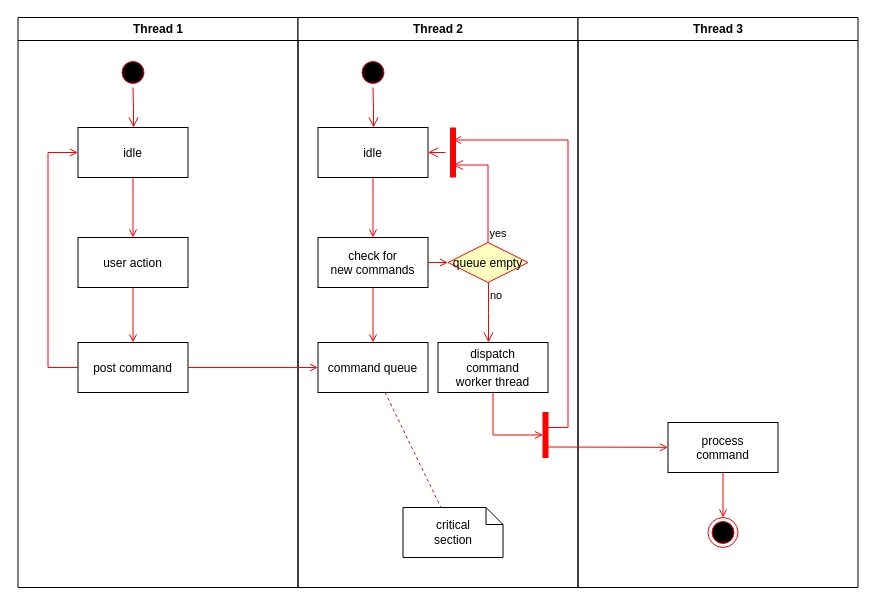
Before: diagramFolder/friendRequest.drawio in omilhano/SocialHire, a draw.io diagram. Source tidied: cells renumbered, new cells numbered last; positions are measured from the earlier drawing's top-left corner, leaving out a move shared by most shapes. Both pictures are drawn from the tidied source at 100%, with x=0, y=0 at pixel (17, 17).
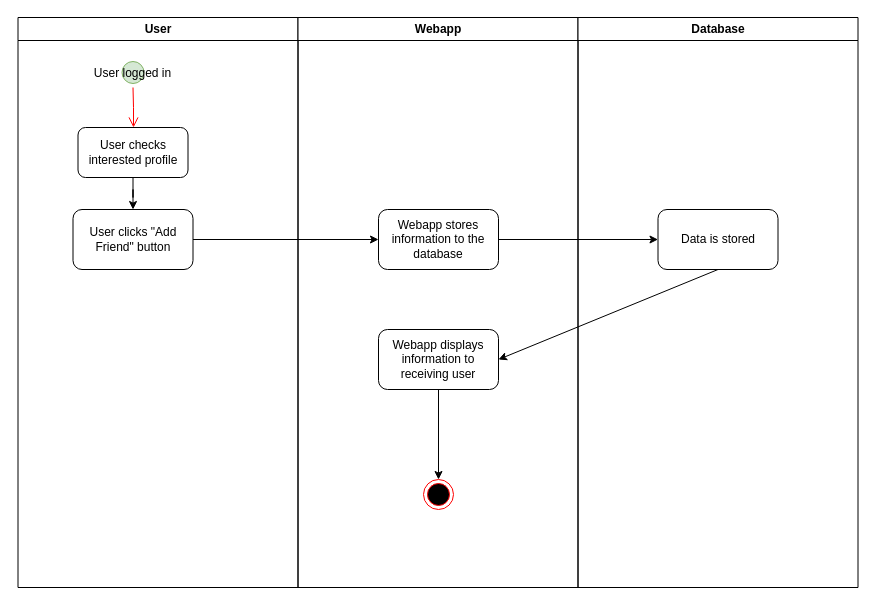
The same page after the edit.

What changed in the source:
```diff
@@
-    <mxCell id="2" value="Thread 1" style="swimlane;whiteSpace=wrap;" parent="1" vertex="1">
+    <mxCell id="2" value="User" style="swimlane;whiteSpace=wrap;" parent="1" vertex="1">
       <mxGeometry x="0.5" width="280" height="570" as="geometry" />
     </mxCell>
-    <mxCell id="3" style="ellipse;shape=startState;fillColor=#000000;strokeColor=#ff0000;" parent="2" vertex="1">
+    <mxCell id="3" value="User logged in" style="ellipse;shape=startState;fillColor=#d5e8d4;strokeColor=#82b366;" parent="2" vertex="1">
       <mxGeometry x="100" y="40" width="30" height="30" as="geometry" />
     </mxCell>
@@
+    <mxCell id="37" style="edgeStyle=orthogonalEdgeStyle;rounded=0;jettySize=auto;html=1;" parent="2" edge="1" source="5" target="38">
+      <mxGeometry relative="1" as="geometry" />
+    </mxCell>
-    <mxCell id="5" value="idle" parent="2" vertex="1">
+    <mxCell id="5" value="User checks interested profile" style="whiteSpace=wrap;rounded=1;" parent="2" vertex="1">
       <mxGeometry x="60" y="110" width="110" height="50" as="geometry" />
     </mxCell>
-    <mxCell id="6" value="user action" parent="2" vertex="1">
-      <mxGeometry x="60" y="220" width="110" height="50" as="geometry" />
-    </mxCell>
-    <mxCell id="7" style="endArrow=open;strokeColor=#FF0000;endFill=1;rounded=0;" parent="2" edge="1" source="5" target="6">
-      <mxGeometry relative="1" as="geometry" />
-    </mxCell>
-    <mxCell id="8" value="post command" parent="2" vertex="1">
-      <mxGeometry x="60" y="325" width="110" height="50" as="geometry" />
-    </mxCell>
-    <mxCell id="9" style="endArrow=open;strokeColor=#FF0000;endFill=1;rounded=0;" parent="2" edge="1" source="6" target="8">
-      <mxGeometry relative="1" as="geometry" />
-    </mxCell>
-    <mxCell id="10" style="edgeStyle=elbowEdgeStyle;elbow=horizontal;strokeColor=#FF0000;endArrow=open;endFill=1;rounded=0;" parent="2" edge="1" source="8" target="5">
-      <mxGeometry relative="1" as="geometry">
-        <Array as="points">
-          <mxPoint x="30" y="250" />
-        </Array>
-      </mxGeometry>
-    </mxCell>
+    <mxCell id="38" value="User clicks &quot;Add Friend&quot; button" style="whiteSpace=wrap;html=1;rounded=1;" parent="2" vertex="1">
+      <mxGeometry x="55" y="192" width="120" height="60" as="geometry" />
+    </mxCell>
-    <mxCell id="11" value="Thread 2" style="swimlane;whiteSpace=wrap;" parent="1" vertex="1">
+    <mxCell id="11" value="Webapp" style="swimlane;whiteSpace=wrap;" parent="1" vertex="1">
       <mxGeometry x="280.5" width="280" height="570" as="geometry" />
     </mxCell>
-    <mxCell id="12" style="ellipse;shape=startState;fillColor=#000000;strokeColor=#ff0000;" parent="11" vertex="1">
-      <mxGeometry x="60" y="40" width="30" height="30" as="geometry" />
-    </mxCell>
-    <mxCell id="13" style="edgeStyle=elbowEdgeStyle;elbow=horizontal;verticalAlign=bottom;endArrow=open;endSize=8;strokeColor=#FF0000;endFill=1;rounded=0;" parent="11" edge="1" source="12" target="14">
-      <mxGeometry x="40" y="20" as="geometry" />
-    </mxCell>
-    <mxCell id="14" value="idle" parent="11" vertex="1">
-      <mxGeometry x="20" y="110" width="110" height="50" as="geometry" />
-    </mxCell>
-    <mxCell id="15" value="check for &#10;new commands" parent="11" vertex="1">
-      <mxGeometry x="20" y="220" width="110" height="50" as="geometry" />
-    </mxCell>
-    <mxCell id="16" style="endArrow=open;strokeColor=#FF0000;endFill=1;rounded=0;" parent="11" edge="1" source="14" target="15">
-      <mxGeometry relative="1" as="geometry" />
-    </mxCell>
-    <mxCell id="17" value="command queue" parent="11" vertex="1">
-      <mxGeometry x="20" y="325" width="110" height="50" as="geometry" />
-    </mxCell>
-    <mxCell id="18" style="endArrow=open;strokeColor=#FF0000;endFill=1;rounded=0;" parent="11" edge="1" source="15" target="17">
-      <mxGeometry relative="1" as="geometry" />
-    </mxCell>
-    <mxCell id="19" value="queue empty" style="rhombus;fillColor=#ffffc0;strokeColor=#ff0000;" parent="11" vertex="1">
-      <mxGeometry x="150" y="225" width="80" height="40" as="geometry" />
-    </mxCell>
-    <mxCell id="20" value="yes" style="edgeStyle=elbowEdgeStyle;elbow=horizontal;align=left;verticalAlign=bottom;endArrow=open;endSize=8;strokeColor=#FF0000;exitX=0.5;exitY=0;endFill=1;rounded=0;entryX=0.75;entryY=0.5;entryPerimeter=0;" parent="11" edge="1" source="19" target="23">
-      <mxGeometry x="-1" relative="1" as="geometry">
-        <Array as="points">
-          <mxPoint x="190" y="180" />
-        </Array>
-      </mxGeometry>
-    </mxCell>
-    <mxCell id="21" value="no" style="edgeStyle=elbowEdgeStyle;elbow=horizontal;align=left;verticalAlign=top;endArrow=open;endSize=8;strokeColor=#FF0000;endFill=1;rounded=0;" parent="11" edge="1" source="19" target="25">
-      <mxGeometry x="-1" relative="1" as="geometry" />
-    </mxCell>
-    <mxCell id="22" style="endArrow=open;strokeColor=#FF0000;endFill=1;rounded=0;" parent="11" edge="1" source="15" target="19">
-      <mxGeometry relative="1" as="geometry" />
-    </mxCell>
-    <mxCell id="23" style="shape=line;strokeWidth=6;strokeColor=#ff0000;rotation=90;" parent="11" vertex="1">
-      <mxGeometry x="130" y="127.5" width="50" height="15" as="geometry" />
-    </mxCell>
-    <mxCell id="24" style="edgeStyle=elbowEdgeStyle;elbow=horizontal;verticalAlign=bottom;endArrow=open;endSize=8;strokeColor=#FF0000;endFill=1;rounded=0;" parent="11" edge="1" source="23" target="14">
-      <mxGeometry x="130" y="90" as="geometry" />
-    </mxCell>
-    <mxCell id="25" value="dispatch&#10;command&#10;worker thread" parent="11" vertex="1">
-      <mxGeometry x="140" y="325" width="110" height="50" as="geometry" />
-    </mxCell>
-    <mxCell id="26" value="critical&#10;section" style="shape=note;whiteSpace=wrap;size=17;" parent="11" vertex="1">
-      <mxGeometry x="105" y="490" width="100" height="50" as="geometry" />
-    </mxCell>
-    <mxCell id="27" style="endArrow=none;strokeColor=#FF0000;endFill=0;rounded=0;dashed=1;" parent="11" edge="1" source="17" target="26">
-      <mxGeometry relative="1" as="geometry" />
-    </mxCell>
-    <mxCell id="28" style="whiteSpace=wrap;strokeColor=#FF0000;fillColor=#FF0000;" parent="11" vertex="1">
-      <mxGeometry x="245" y="395" width="5" height="45" as="geometry" />
-    </mxCell>
-    <mxCell id="29" style="edgeStyle=elbowEdgeStyle;elbow=horizontal;entryX=0;entryY=0.5;strokeColor=#FF0000;endArrow=open;endFill=1;rounded=0;" parent="11" edge="1" source="25" target="28">
-      <mxGeometry relative="1" as="geometry">
-        <Array as="points">
-          <mxPoint x="195" y="400" />
-        </Array>
-      </mxGeometry>
-    </mxCell>
+    <mxCell id="39" value="Webapp stores information to the database" style="rounded=1;whiteSpace=wrap;html=1;" parent="11" vertex="1">
+      <mxGeometry x="80.5" y="192" width="120" height="60" as="geometry" />
+    </mxCell>
+    <mxCell id="40" value="Webapp displays information to receiving user" style="rounded=1;whiteSpace=wrap;html=1;" parent="11" vertex="1">
+      <mxGeometry x="80.5" y="312" width="120" height="60" as="geometry" />
+    </mxCell>
+    <mxCell id="41" style="ellipse;html=1;shape=endState;fillColor=#000000;strokeColor=#ff0000;" parent="11" vertex="1">
+      <mxGeometry x="125.5" y="462" width="30" height="30" as="geometry" />
+    </mxCell>
+    <mxCell id="42" style="endArrow=classic;html=1;rounded=0;exitX=0.5;exitY=1;exitDx=0;exitDy=0;entryX=0.5;entryY=0;entryDx=0;entryDy=0;" parent="11" edge="1" source="40" target="41">
+      <mxGeometry relative="1" as="geometry" />
+    </mxCell>
-    <mxCell id="30" value="Thread 3" style="swimlane;whiteSpace=wrap;" parent="1" vertex="1">
+    <mxCell id="30" value="Database" style="swimlane;whiteSpace=wrap;" parent="1" vertex="1">
       <mxGeometry x="560.5" width="280" height="570" as="geometry" />
     </mxCell>
-    <mxCell id="31" value="process&#10;command" parent="30" vertex="1">
-      <mxGeometry x="90" y="405" width="110" height="50" as="geometry" />
-    </mxCell>
-    <mxCell id="32" style="edgeStyle=elbowEdgeStyle;elbow=horizontal;strokeColor=#FF0000;endArrow=open;endFill=1;rounded=0;entryX=0.25;entryY=0.5;entryPerimeter=0;" parent="30" edge="1" target="23">
-      <mxGeometry relative="1" as="geometry">
-        <mxPoint x="-30" y="410" as="sourcePoint" />
-        <Array as="points">
-          <mxPoint x="-10" y="135" />
-        </Array>
-      </mxGeometry>
-    </mxCell>
-    <mxCell id="33" style="edgeStyle=none;strokeColor=#FF0000;endArrow=open;endFill=1;rounded=0;" parent="30" edge="1" target="31">
-      <mxGeometry relative="1" as="geometry">
-        <mxPoint x="-30" y="429.5" as="sourcePoint" />
-      </mxGeometry>
-    </mxCell>
-    <mxCell id="34" style="ellipse;shape=endState;fillColor=#000000;strokeColor=#ff0000;" parent="30" vertex="1">
-      <mxGeometry x="130" y="500" width="30" height="30" as="geometry" />
-    </mxCell>
-    <mxCell id="35" style="endArrow=open;strokeColor=#FF0000;endFill=1;rounded=0;" parent="30" edge="1" source="31" target="34">
-      <mxGeometry relative="1" as="geometry" />
-    </mxCell>
-    <mxCell id="36" style="endArrow=open;strokeColor=#FF0000;endFill=1;rounded=0;" parent="1" edge="1" source="8" target="17">
-      <mxGeometry relative="1" as="geometry" />
-    </mxCell>
+    <mxCell id="43" value="Data is stored" style="rounded=1;whiteSpace=wrap;html=1;" parent="30" vertex="1">
+      <mxGeometry x="80" y="192" width="120" height="60" as="geometry" />
+    </mxCell>
+    <mxCell id="44" style="endArrow=classic;html=1;rounded=0;exitX=1;exitY=0.5;exitDx=0;exitDy=0;entryX=0;entryY=0.5;entryDx=0;entryDy=0;" parent="1" edge="1" source="38" target="39">
+      <mxGeometry relative="1" as="geometry" />
+    </mxCell>
+    <mxCell id="45" style="endArrow=classic;html=1;rounded=0;exitX=1;exitY=0.5;exitDx=0;exitDy=0;entryX=0;entryY=0.5;entryDx=0;entryDy=0;" parent="1" edge="1" source="39" target="43">
+      <mxGeometry relative="1" as="geometry" />
+    </mxCell>
+    <mxCell id="46" style="endArrow=classic;html=1;rounded=0;exitX=0.5;exitY=1;exitDx=0;exitDy=0;entryX=1;entryY=0.5;entryDx=0;entryDy=0;" parent="1" edge="1" source="43" target="40">
+      <mxGeometry relative="1" as="geometry" />
+    </mxCell>
```
